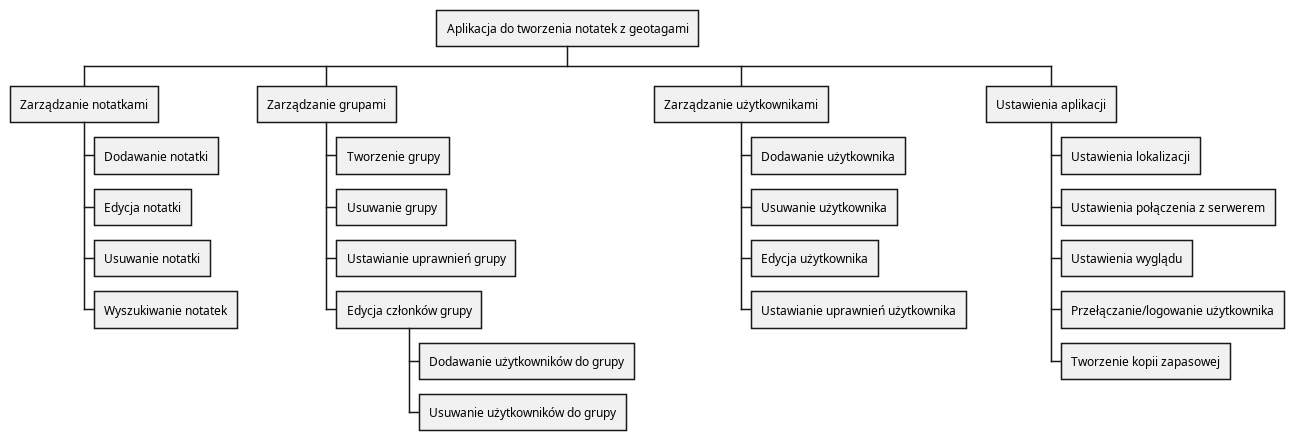
This is ghf.png from m-panczyk/gn_plantuml, a PlantUML export, as it was before one commit. The source it was exported from:
```plantuml
@startwbs>
+ Aplikacja do tworzenia notatek z geotagami
++ Zarządzanie notatkami
+++ Dodawanie notatki
+++ Edycja notatki
+++ Usuwanie notatki
+++ Wyszukiwanie notatek
++ Zarządzanie grupami
+++ Tworzenie grupy
+++ Usuwanie grupy
+++ Ustawianie uprawnień grupy
+++ Edycja członków grupy
++++ Dodawanie użytkowników do grupy
++++ Usuwanie użytkowników do grupy
++ Zarządzanie użytkownikami
+++ Dodawanie użytkownika
+++ Usuwanie użytkownika
+++ Edycja użytkownika
+++ Ustawianie uprawnień użytkownika
++ Ustawienia aplikacji
+++ Ustawienia lokalizacji
+++ Ustawienia połączenia z serwerem
+++ Ustawienia wyglądu
+++ Przełączanie/logowanie użytkownika
+++ Tworzenie kopii zapasowej
@endwbs
```
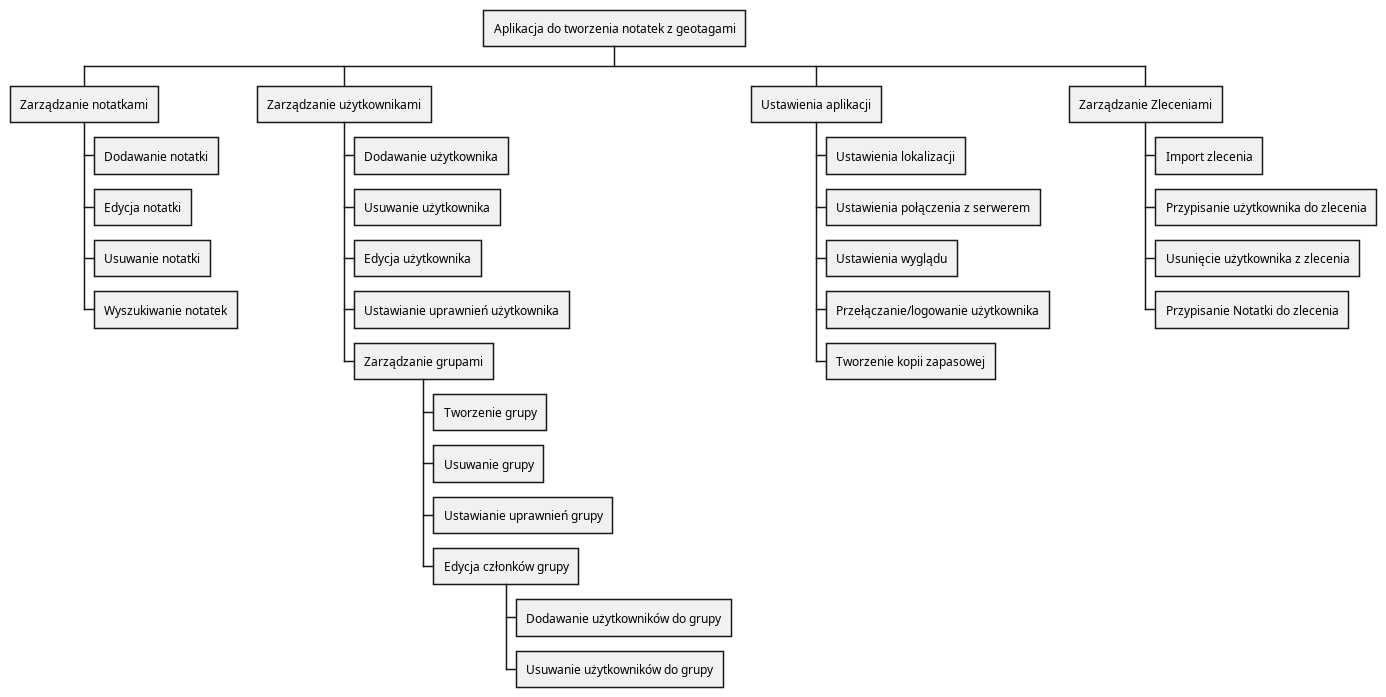
The same diagram one commit later.

Commit message:
zmiana zarządzania użytkownikami

The edit, as a diff of the source:
```diff
@@ -5,22 +5,27 @@
 +++ Edycja notatki
 +++ Usuwanie notatki
 +++ Wyszukiwanie notatek
-++ Zarządzanie grupami
-+++ Tworzenie grupy
-+++ Usuwanie grupy
-+++ Ustawianie uprawnień grupy
-+++ Edycja członków grupy
-++++ Dodawanie użytkowników do grupy
-++++ Usuwanie użytkowników do grupy
 ++ Zarządzanie użytkownikami
 +++ Dodawanie użytkownika
 +++ Usuwanie użytkownika
 +++ Edycja użytkownika
 +++ Ustawianie uprawnień użytkownika
++++ Zarządzanie grupami
+++++ Tworzenie grupy
+++++ Usuwanie grupy
+++++ Ustawianie uprawnień grupy
+++++ Edycja członków grupy
++++++ Dodawanie użytkowników do grupy
++++++ Usuwanie użytkowników do grupy
 ++ Ustawienia aplikacji
 +++ Ustawienia lokalizacji
 +++ Ustawienia połączenia z serwerem
 +++ Ustawienia wyglądu
 +++ Przełączanie/logowanie użytkownika
 +++ Tworzenie kopii zapasowej
+++ Zarządzanie Zleceniami
++++ Import zlecenia
++++ Przypisanie użytkownika do zlecenia
++++ Usunięcie użytkownika z zlecenia
++++ Przypisanie Notatki do zlecenia
 @endwbs
```
